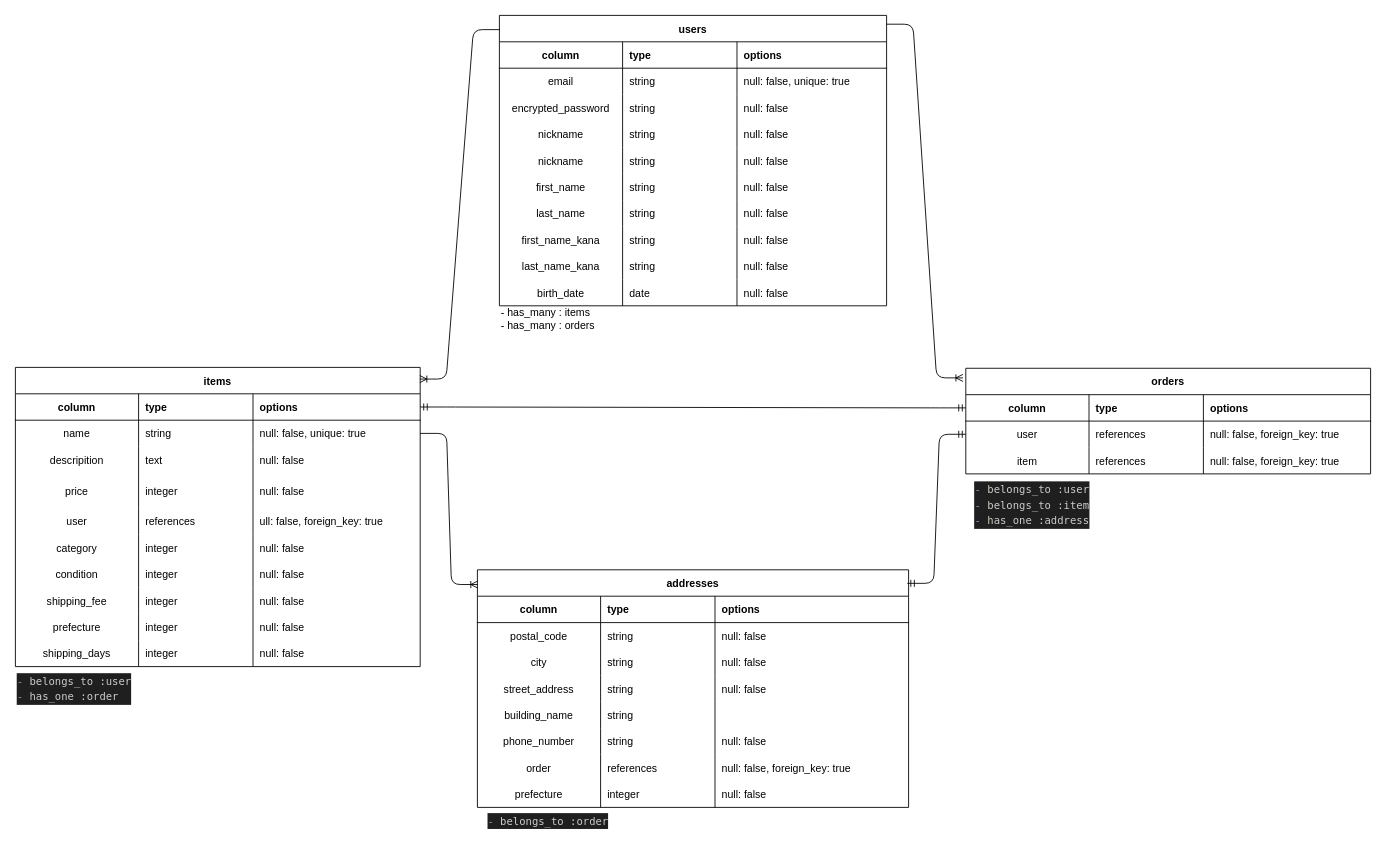
The draw.io diagram furima.dio in Yoshi551/furima-40399, before the edit. Source tidied: cells renumbered, new cells numbered last; positions are measured from the earlier drawing's top-left corner, leaving out a move shared by most shapes. Both pictures are drawn from the tidied source at 88%, with x=0, y=0 at pixel (15, 15).
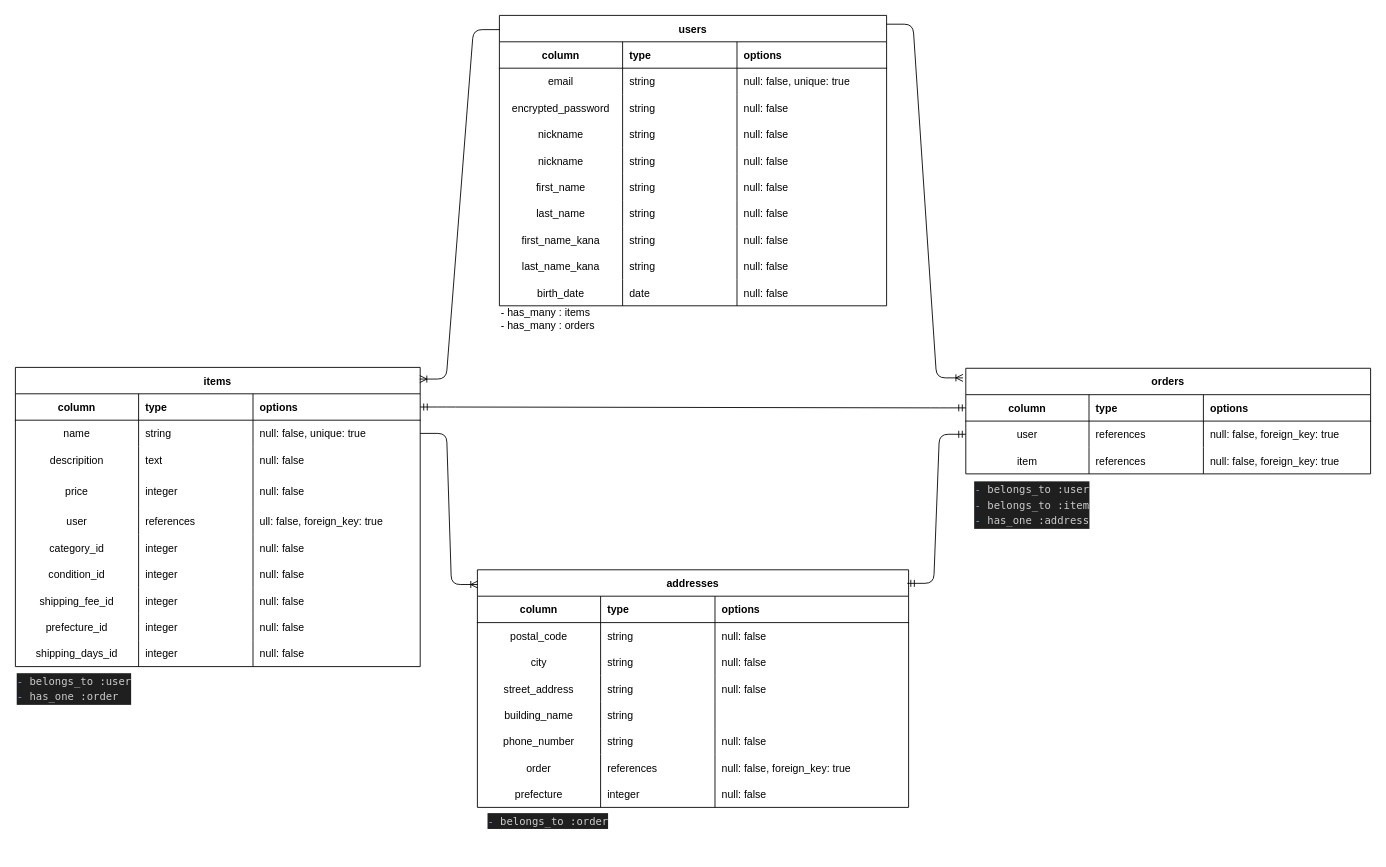
The same page after the edit.

The change refers to these unchanged cells:
```xml
<mxCell id="102" style="shape=tableRow;horizontal=0;startSize=0;swimlaneHead=0;swimlaneBody=0;fillColor=none;top=0;left=0;right=0;bottom=0;" parent="81" vertex="1">
  <mxGeometry y="190" width="460" height="30" as="geometry" />
</mxCell>
<mxCell id="106" style="shape=tableRow;horizontal=0;startSize=0;swimlaneHead=0;swimlaneBody=0;fillColor=none;top=0;left=0;right=0;bottom=0;" parent="81" vertex="1">
  <mxGeometry y="220" width="460" height="30" as="geometry" />
</mxCell>
<mxCell id="110" style="shape=tableRow;horizontal=0;startSize=0;swimlaneHead=0;swimlaneBody=0;fillColor=none;top=0;left=0;right=0;bottom=0;" parent="81" vertex="1">
  <mxGeometry y="250" width="460" height="30" as="geometry" />
</mxCell>
<mxCell id="114" style="shape=tableRow;horizontal=0;startSize=0;swimlaneHead=0;swimlaneBody=0;fillColor=none;top=0;left=0;right=0;bottom=0;" parent="81" vertex="1">
  <mxGeometry y="280" width="460" height="30" as="geometry" />
</mxCell>
<mxCell id="118" style="shape=tableRow;horizontal=0;startSize=0;swimlaneHead=0;swimlaneBody=0;fillColor=none;top=0;left=0;right=0;bottom=0;" parent="81" vertex="1">
  <mxGeometry y="310" width="460" height="30" as="geometry" />
</mxCell>
```

The edit, as a diff of the source:
```diff
@@
-    <mxCell id="103" value="category" style="shape=partialRectangle;fillColor=none;top=0;left=0;bottom=0;right=0;fontStyle=0;overflow=hidden;" parent="102" vertex="1">
+    <mxCell id="103" value="category_id" style="shape=partialRectangle;fillColor=none;top=0;left=0;bottom=0;right=0;fontStyle=0;overflow=hidden;" parent="102" vertex="1">
       <mxGeometry width="140" height="30" as="geometry" />
     </mxCell>
@@
-    <mxCell id="107" value="condition" style="shape=partialRectangle;fillColor=none;top=0;left=0;bottom=0;right=0;fontStyle=0;overflow=hidden;" parent="106" vertex="1">
+    <mxCell id="107" value="condition_id" style="shape=partialRectangle;fillColor=none;top=0;left=0;bottom=0;right=0;fontStyle=0;overflow=hidden;" parent="106" vertex="1">
       <mxGeometry width="140" height="30" as="geometry" />
     </mxCell>
@@
-    <mxCell id="111" value="shipping_fee" style="shape=partialRectangle;fillColor=none;top=0;left=0;bottom=0;right=0;fontStyle=0;overflow=hidden;" parent="110" vertex="1">
+    <mxCell id="111" value="shipping_fee_id" style="shape=partialRectangle;fillColor=none;top=0;left=0;bottom=0;right=0;fontStyle=0;overflow=hidden;" parent="110" vertex="1">
       <mxGeometry width="140" height="30" as="geometry" />
     </mxCell>
@@
-    <mxCell id="115" value="prefecture" style="shape=partialRectangle;fillColor=none;top=0;left=0;bottom=0;right=0;fontStyle=0;overflow=hidden;" parent="114" vertex="1">
+    <mxCell id="115" value="prefecture_id" style="shape=partialRectangle;fillColor=none;top=0;left=0;bottom=0;right=0;fontStyle=0;overflow=hidden;" parent="114" vertex="1">
       <mxGeometry width="140" height="30" as="geometry" />
     </mxCell>
@@
-    <mxCell id="119" value="shipping_days" style="shape=partialRectangle;fillColor=none;top=0;left=0;bottom=0;right=0;fontStyle=0;overflow=hidden;" parent="118" vertex="1">
+    <mxCell id="119" value="shipping_days_id" style="shape=partialRectangle;fillColor=none;top=0;left=0;bottom=0;right=0;fontStyle=0;overflow=hidden;" parent="118" vertex="1">
       <mxGeometry width="140" height="30" as="geometry" />
     </mxCell>
```
